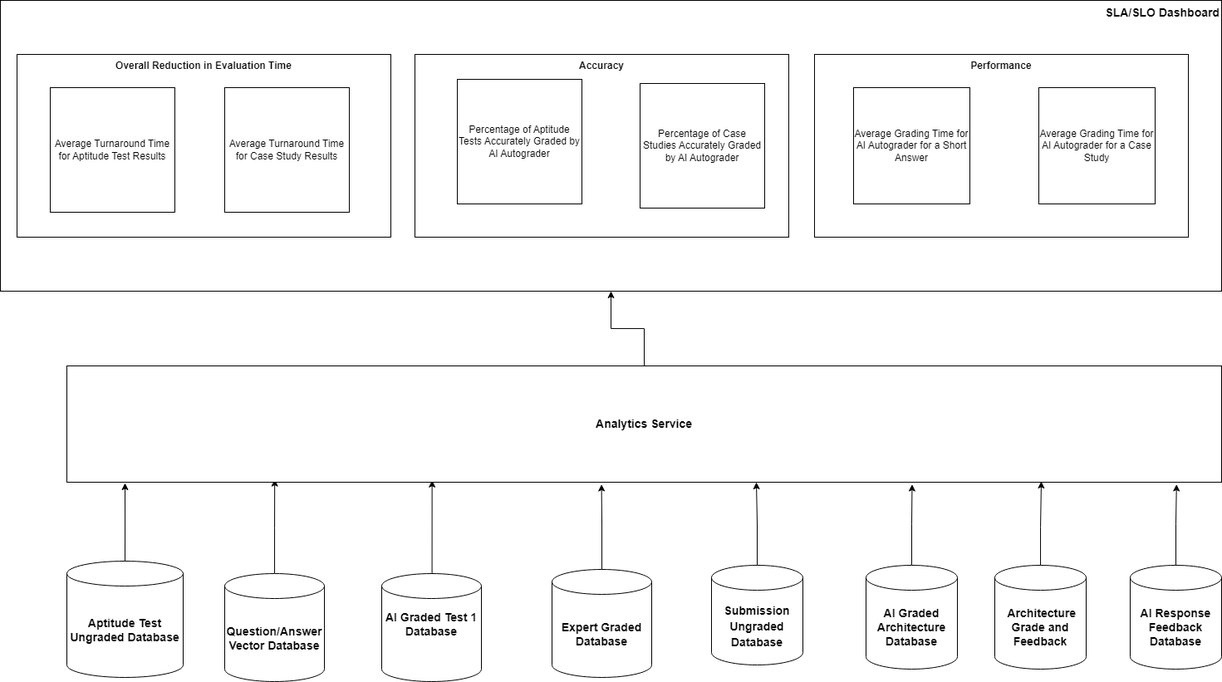
mmat1/skynet-ai-2025 keeps this draw.io diagram as diagrams/observability-dashboard.drawio.png. Above is the earlier version. Source tidied: cells renumbered, new cells last; positions are measured from the earlier drawing's top-left corner, leaving out a move shared by most shapes.
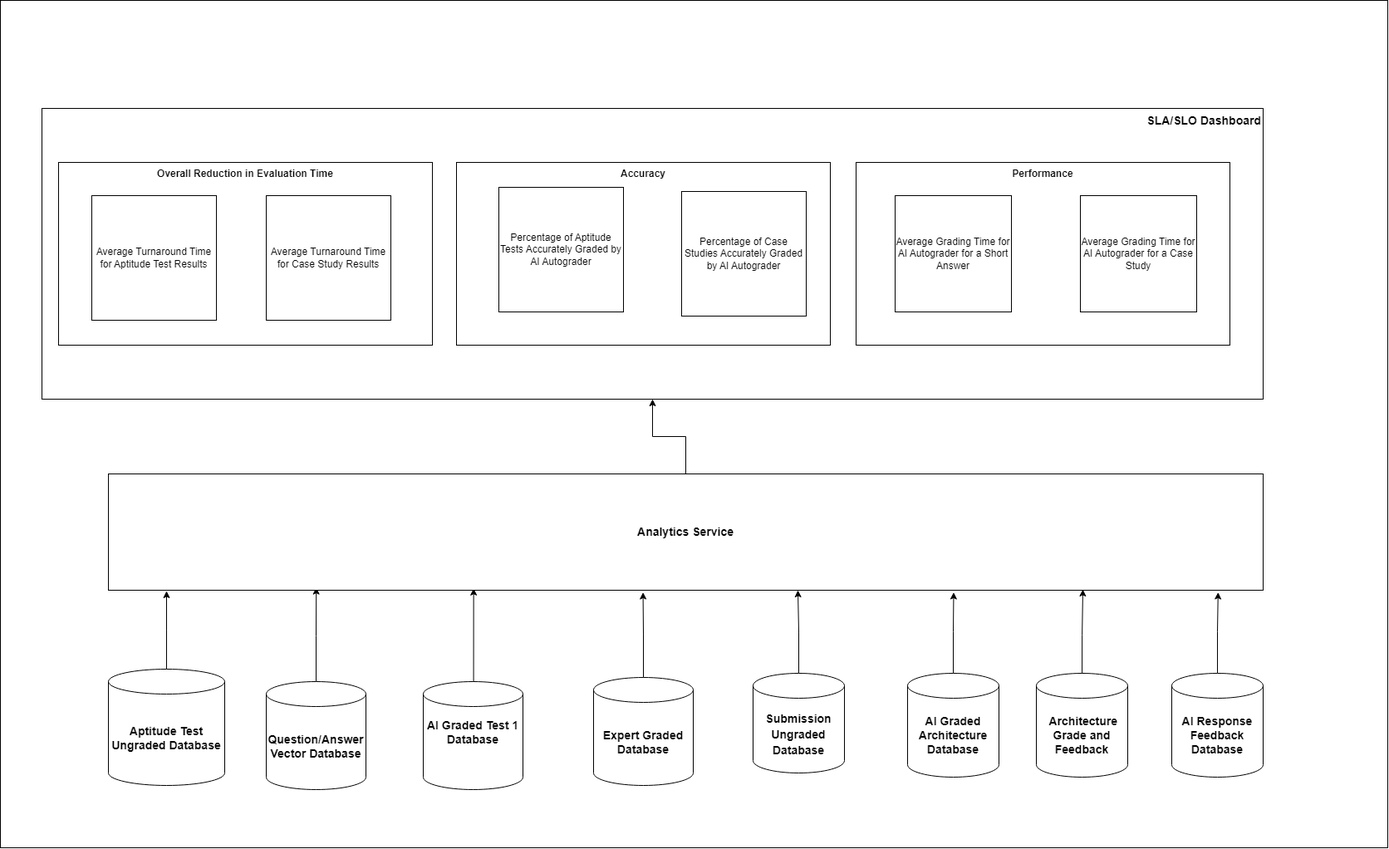
The same diagram one commit later.

Change to the diagram source:
```diff
@@ -2,6 +2,9 @@
   <root>
     <mxCell id="0" />
     <mxCell id="1" parent="0" />
+    <mxCell id="30" style="rounded=0;whiteSpace=wrap;html=1;" parent="1" vertex="1">
+      <mxGeometry x="-50" y="-130" width="1670" height="1020" as="geometry" />
+    </mxCell>
     <mxCell id="2" value="&lt;font style=&quot;font-size: 14px;&quot;&gt;&lt;b&gt;SLA/SLO Dashboard&lt;/b&gt;&lt;/font&gt;" style="rounded=0;whiteSpace=wrap;html=1;verticalAlign=top;align=right;" parent="1" vertex="1">
       <mxGeometry width="1470" height="350" as="geometry" />
     </mxCell>
```
